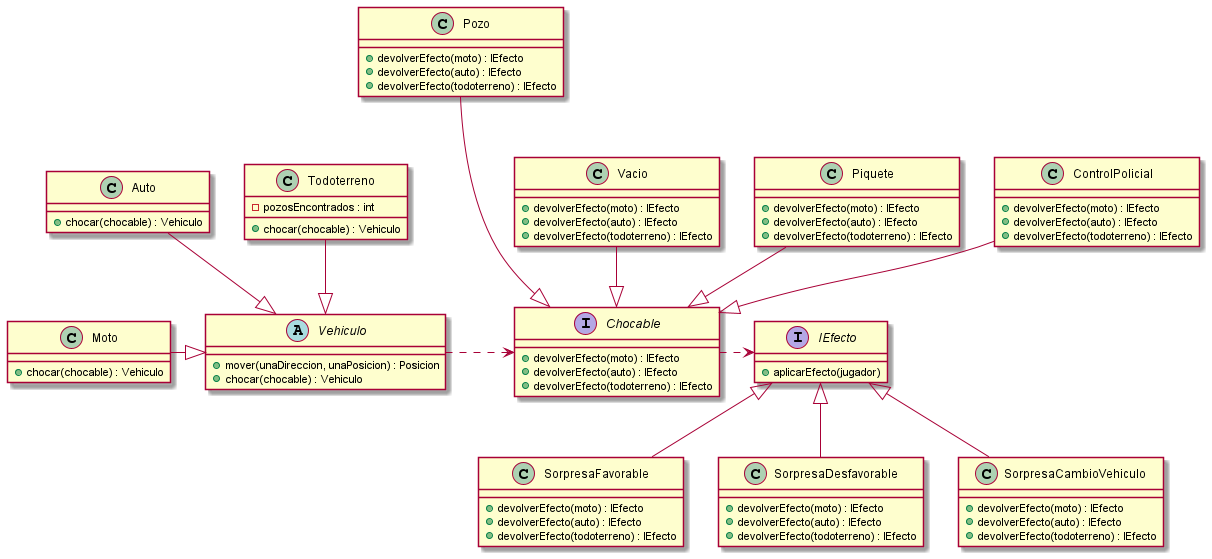
Before: diagrams/classes/diagrama_interfaces.png, a diagram exported from PlantUML (NestorPala/T17-GPSChallenge).
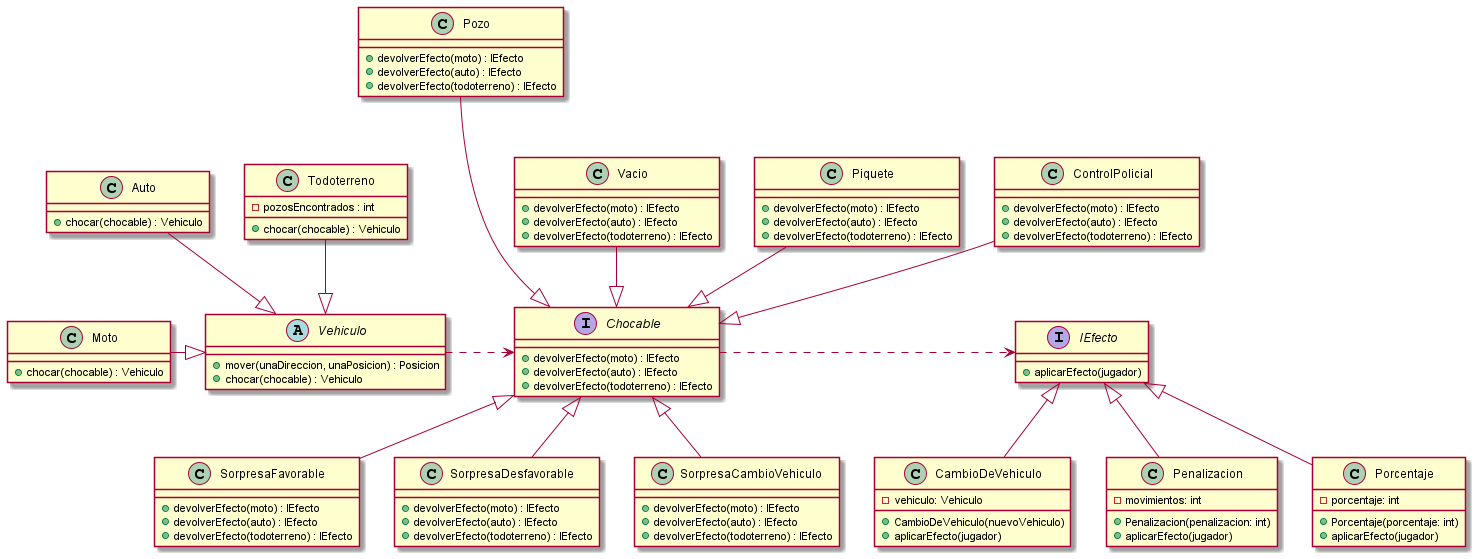
Later version of the same file.

Commit message:
cambios en el diagrama de interfaces 4

What changed in the source:
```diff
@@ -28,6 +28,9 @@
     +  devolverEfecto(auto) : IEfecto
     +  devolverEfecto(todoterreno) : IEfecto
 }
+
+
+
 
 class SorpresaFavorable {
     +  devolverEfecto(moto) : IEfecto
@@ -73,15 +76,33 @@
     + aplicarEfecto(jugador)
 }
 
+class CambioDeVehiculo {
+    - vehiculo: Vehiculo
+    + CambioDeVehiculo(nuevoVehiculo)
+    + aplicarEfecto(jugador)
+}
+
+class Penalizacion {
+    - movimientos: int
+    + Penalizacion(penalizacion: int)
+    + aplicarEfecto(jugador)
+}
+
+class Porcentaje {
+    - porcentaje: int
+    + Porcentaje(porcentaje: int)
+    + aplicarEfecto(jugador)
+}
+
 
 Pozo ---|> Chocable
 ControlPolicial --|> Chocable
 Piquete --|> Chocable
 Vacio --|> Chocable
 
-IEfecto <|-- SorpresaFavorable
-IEfecto <|-- SorpresaDesfavorable
-IEfecto <|-- SorpresaCambioVehiculo
+Chocable <|-- SorpresaFavorable
+Chocable <|-- SorpresaDesfavorable
+Chocable <|-- SorpresaCambioVehiculo
 
 Vehiculo .> Chocable
 
@@ -91,4 +112,8 @@
 
 Chocable .> IEfecto
 
+IEfecto <|-- CambioDeVehiculo
+IEfecto <|-- Penalizacion
+IEfecto <|-- Porcentaje
+
 @enduml
```
